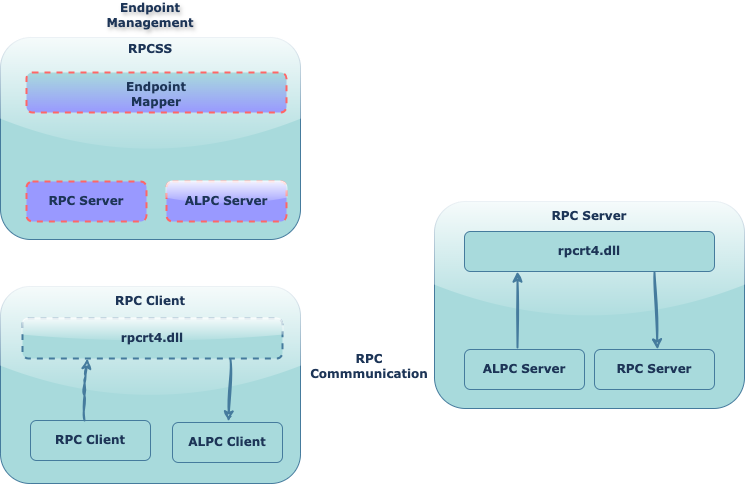
The draw.io diagram Architecture.drawio.png in raghavmishra/diagrams, before a commit. Source tidied: cells renumbered, new cells last; positions are measured from the earlier drawing's top-left corner, leaving out a move shared by most shapes.
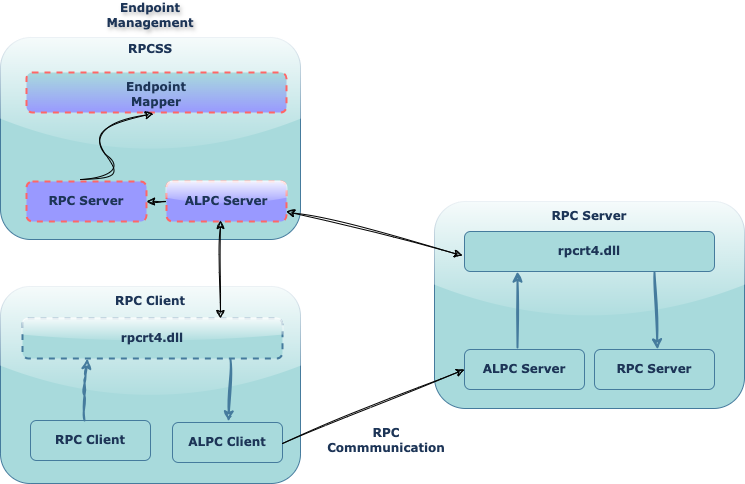
Above is the later version.

Diff of the diagram source:
```diff
@@ -51,7 +51,7 @@
       <mxGeometry x="546" y="201" width="86" height="30" as="geometry" />
     </mxCell>
     <mxCell id="18" value="RPC Commmunication" style="text;html=1;strokeColor=none;fillColor=none;align=center;verticalAlign=middle;whiteSpace=wrap;rounded=1;fontFamily=Verdana;fontStyle=1;labelBackgroundColor=none;fontColor=#1D3557;" parent="1" vertex="1">
-      <mxGeometry x="319" y="351" width="100" height="30" as="geometry" />
+      <mxGeometry x="336" y="425" width="100" height="30" as="geometry" />
     </mxCell>
     <mxCell id="19" value="Endpoint Management" style="text;html=1;strokeColor=none;fillColor=none;align=center;verticalAlign=middle;whiteSpace=wrap;rounded=1;fontFamily=Verdana;fontStyle=1;labelBackgroundColor=none;fontColor=#1D3557;labelBorderColor=none;textShadow=1;" parent="1" vertex="1">
       <mxGeometry x="120" width="60" height="30" as="geometry" />
@@ -82,5 +82,33 @@
         <mxPoint x="228" y="421" as="targetPoint" />
       </mxGeometry>
     </mxCell>
+    <mxCell id="24" style="endArrow=classic;html=1;rounded=0;sketch=1;hachureGap=4;jiggle=2;curveFitting=1;fontFamily=Architects Daughter;fontSource=https%3A%2F%2Ffonts.googleapis.com%2Fcss%3Ffamily%3DArchitects%2BDaughter;entryX=1;entryY=0.5;entryDx=0;entryDy=0;exitX=0;exitY=0.5;exitDx=0;exitDy=0;" parent="1" edge="1" source="13" target="12">
+      <mxGeometry relative="1" as="geometry" />
+    </mxCell>
+    <mxCell id="25" style="curved=1;endArrow=classic;html=1;rounded=0;sketch=1;hachureGap=4;jiggle=2;curveFitting=1;fontFamily=Architects Daughter;fontSource=https%3A%2F%2Ffonts.googleapis.com%2Fcss%3Ffamily%3DArchitects%2BDaughter;" parent="1" edge="1">
+      <mxGeometry relative="1" as="geometry">
+        <mxPoint x="80" y="179" as="sourcePoint" />
+        <mxPoint x="153" y="113" as="targetPoint" />
+        <Array as="points">
+          <mxPoint x="130" y="179" />
+          <mxPoint x="80" y="129" />
+        </Array>
+      </mxGeometry>
+    </mxCell>
+    <mxCell id="26" style="endArrow=classic;startArrow=classic;html=1;rounded=0;sketch=1;hachureGap=4;jiggle=2;curveFitting=1;fontFamily=Architects Daughter;fontSource=https%3A%2F%2Ffonts.googleapis.com%2Fcss%3Ffamily%3DArchitects%2BDaughter;entryX=0.45;entryY=0.975;entryDx=0;entryDy=0;entryPerimeter=0;" parent="1" edge="1" target="13">
+      <mxGeometry relative="1" as="geometry">
+        <mxPoint x="220" y="318" as="sourcePoint" />
+      </mxGeometry>
+    </mxCell>
+    <mxCell id="27" style="endArrow=classic;startArrow=classic;html=1;rounded=0;sketch=1;hachureGap=4;jiggle=2;curveFitting=1;fontFamily=Architects Daughter;fontSource=https%3A%2F%2Ffonts.googleapis.com%2Fcss%3Ffamily%3DArchitects%2BDaughter;entryX=1;entryY=0.75;entryDx=0;entryDy=0;" parent="1" edge="1" target="13">
+      <mxGeometry relative="1" as="geometry">
+        <mxPoint x="462" y="255" as="sourcePoint" />
+      </mxGeometry>
+    </mxCell>
+    <mxCell id="28" style="endArrow=classic;html=1;rounded=0;sketch=1;hachureGap=4;jiggle=2;curveFitting=1;fontFamily=Architects Daughter;fontSource=https%3A%2F%2Ffonts.googleapis.com%2Fcss%3Ffamily%3DArchitects%2BDaughter;entryX=0;entryY=0.5;entryDx=0;entryDy=0;" parent="1" edge="1" target="4">
+      <mxGeometry relative="1" as="geometry">
+        <mxPoint x="282" y="443" as="sourcePoint" />
+      </mxGeometry>
+    </mxCell>
   </root>
 </mxGraphModel>
```
